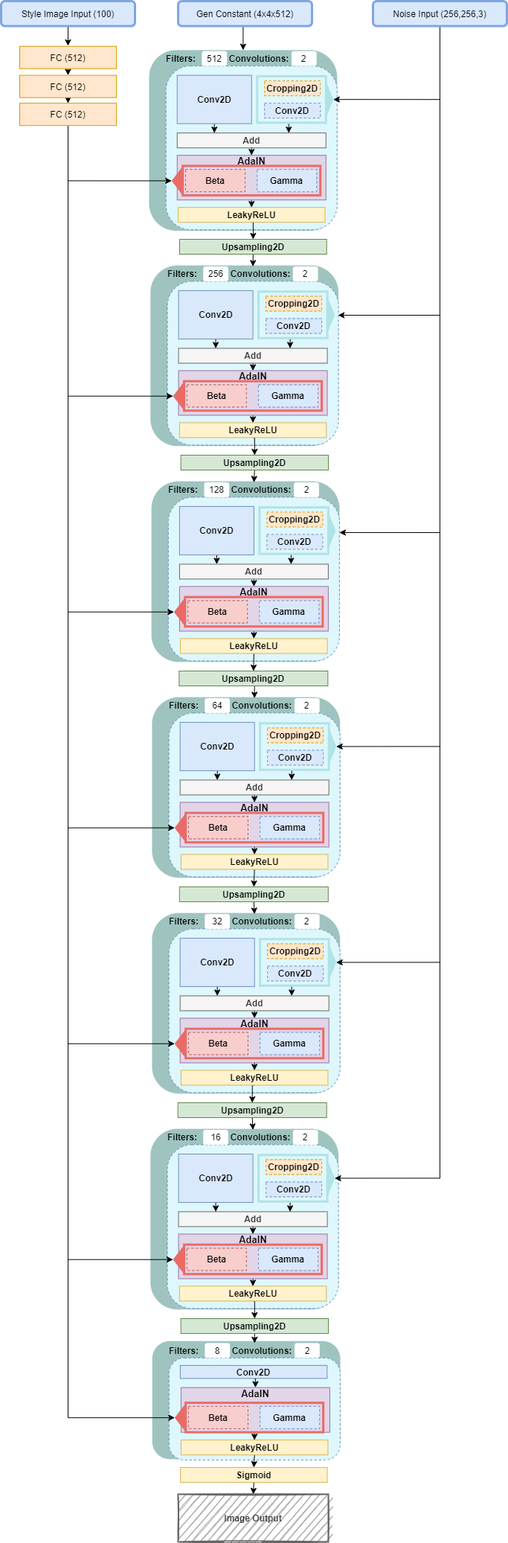
Earlier version of the draw.io export images/VincentGANVogh.png (pdkary/VincentGANVogh). Source tidied: cells renumbered, new cells last; positions are measured from the earlier drawing's top-left corner, leaving out a move shared by most shapes.
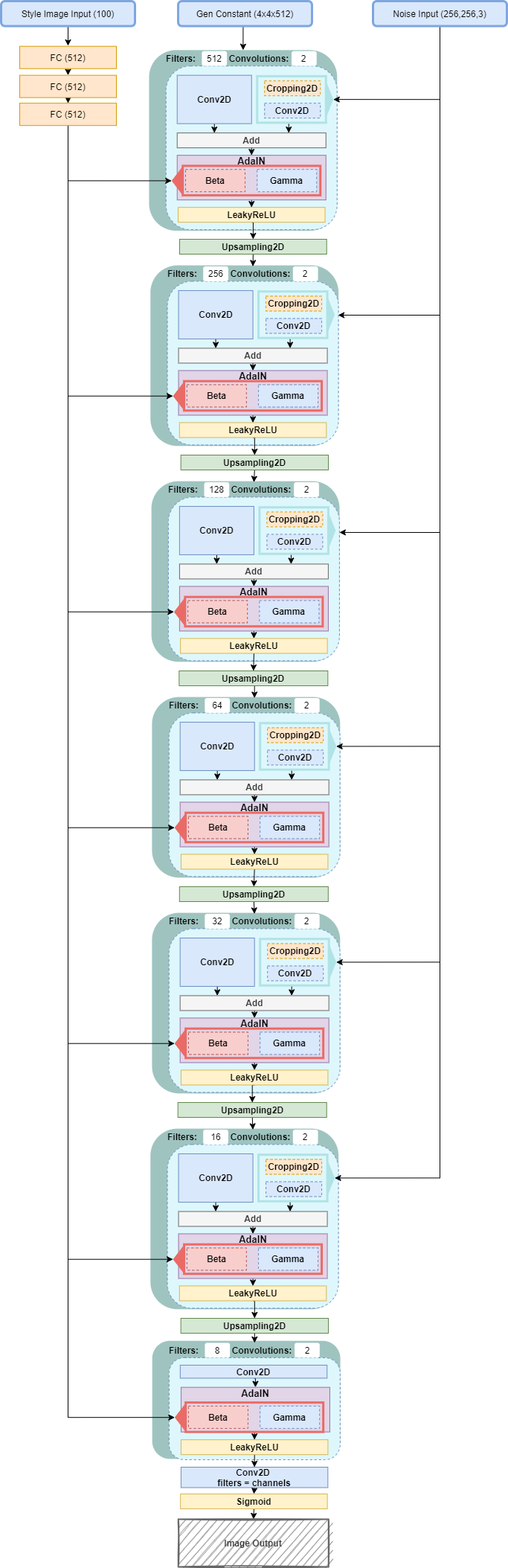
Above is the later version.

Change to the diagram source:
```diff
@@ -83,9 +83,9 @@
     <mxCell id="28" value="&lt;b&gt;Conv2D&lt;/b&gt;" style="rounded=0;whiteSpace=wrap;html=1;fillColor=#dae8fc;strokeColor=#6c8ebf;" parent="1" vertex="1">
       <mxGeometry x="240.8" y="1832.9" width="197.4" height="17.5" as="geometry" />
     </mxCell>
-    <mxCell id="29" style="edgeStyle=orthogonalEdgeStyle;rounded=0;jettySize=auto;html=1;exitX=0.5;exitY=1;exitDx=0;exitDy=0;entryX=0.5;entryY=0;entryDx=0;entryDy=0;" parent="1" edge="1" source="30" target="171">
-      <mxGeometry relative="1" as="geometry" />
-    </mxCell>
+    <mxCell id="194" style="edgeStyle=orthogonalEdgeStyle;rounded=0;jettySize=auto;html=1;exitX=0.5;exitY=1;exitDx=0;exitDy=0;entryX=0.5;entryY=0;entryDx=0;entryDy=0;" parent="1" edge="1" source="30" target="196">
+      <mxGeometry relative="1" as="geometry" />
+    </mxCell>
     <mxCell id="30" value="&lt;b&gt;LeakyReLU&lt;/b&gt;" style="rounded=0;whiteSpace=wrap;html=1;fillColor=#fff2cc;strokeColor=#d6b656;" parent="1" vertex="1">
       <mxGeometry x="241.9" y="1933.2" width="197.5" height="20" as="geometry" />
     </mxCell>
@@ -510,7 +510,7 @@
       <mxGeometry relative="1" as="geometry" />
     </mxCell>
     <mxCell id="171" value="&lt;b&gt;Sigmoid&lt;/b&gt;" style="rounded=0;whiteSpace=wrap;html=1;fillColor=#fff2cc;strokeColor=#d6b656;" parent="1" vertex="1">
-      <mxGeometry x="241.1" y="1970" width="197.5" height="20" as="geometry" />
+      <mxGeometry x="241.1" y="2006" width="197.5" height="20" as="geometry" />
     </mxCell>
     <mxCell id="172" style="edgeStyle=orthogonalEdgeStyle;rounded=0;jettySize=auto;html=1;exitX=0.5;exitY=1;exitDx=0;exitDy=0;" parent="1" edge="1" source="173">
       <mxGeometry relative="1" as="geometry">
@@ -578,7 +578,13 @@
       <mxGeometry x="25" y="137.1" width="130" height="30" as="geometry" />
     </mxCell>
     <mxCell id="193" value="&lt;b&gt;Image Output&lt;/b&gt;" style="rounded=0;whiteSpace=wrap;html=1;glass=0;sketch=1;strokeColor=#666666;strokeWidth=2;fontColor=#333333;fillColor=#A8A8A8;" parent="1" vertex="1">
-      <mxGeometry x="238" y="2006" width="202" height="64" as="geometry" />
+      <mxGeometry x="238.3" y="2040" width="202" height="64" as="geometry" />
     </mxCell>
+    <mxCell id="195" style="edgeStyle=orthogonalEdgeStyle;rounded=0;jettySize=auto;html=1;exitX=0.5;exitY=1;exitDx=0;exitDy=0;entryX=0.5;entryY=0;entryDx=0;entryDy=0;" parent="1" edge="1" source="196" target="171">
+      <mxGeometry relative="1" as="geometry" />
+    </mxCell>
+    <mxCell id="196" value="&lt;b&gt;Conv2D&amp;nbsp;&lt;br&gt;filters = channels&lt;br&gt;&lt;/b&gt;" style="rounded=0;whiteSpace=wrap;html=1;fillColor=#dae8fc;strokeColor=#6c8ebf;" parent="1" vertex="1">
+      <mxGeometry x="241.9" y="1970" width="197.4" height="27.5" as="geometry" />
+    </mxCell>
   </root>
 </mxGraphModel>
```
